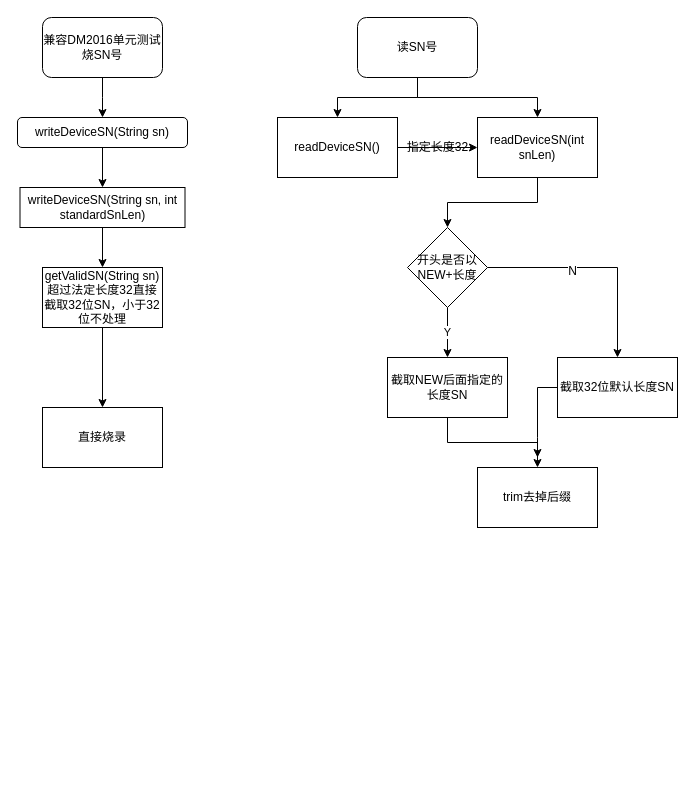
Before: DM2016工厂模式.drawio in honghonglhh2018/ThinkingFlowChart, a draw.io diagram. Source tidied: cells renumbered, new cells numbered last; positions are measured from the earlier drawing's top-left corner, leaving out a move shared by most shapes. Both pictures are drawn from the tidied source at 100%, with x=0, y=0 at pixel (17, 17).
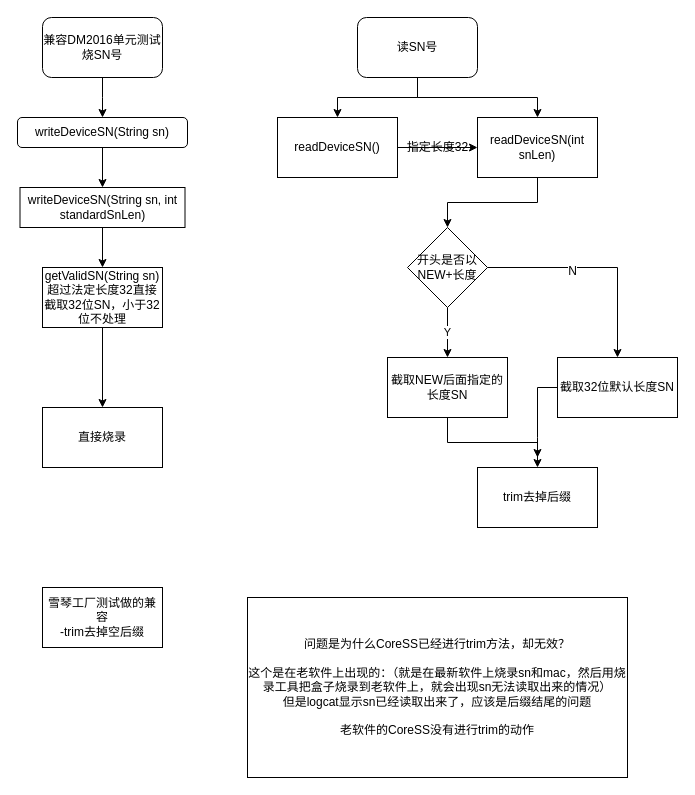
The same diagram, later.

Commit message:
更新DM2016工厂模式.drawio

What changed in the source:
```diff
@@
+    <mxCell id="28" value="雪琴工厂测试做的兼容&lt;br&gt;-trim去掉空后缀" style="rounded=0;whiteSpace=wrap;html=1;" parent="1" vertex="1">
+      <mxGeometry x="25" y="570" width="120" height="60" as="geometry" />
+    </mxCell>
+    <mxCell id="29" value="问题是为什么CoreSS已经进行trim方法，却无效？&lt;br&gt;&lt;br&gt;这个是在老软件上出现的：（就是在最新软件上烧录sn和mac，然后用烧录工具把盒子烧录到老软件上，就会出现sn无法读取出来的情况）&lt;br&gt;但是logcat显示sn已经读取出来了，应该是后缀结尾的问题&lt;br&gt;&lt;br&gt;老软件的CoreSS没有进行trim的动作" style="rounded=0;whiteSpace=wrap;html=1;" parent="1" vertex="1">
+      <mxGeometry x="230" y="580" width="380" height="180" as="geometry" />
+    </mxCell>
```
